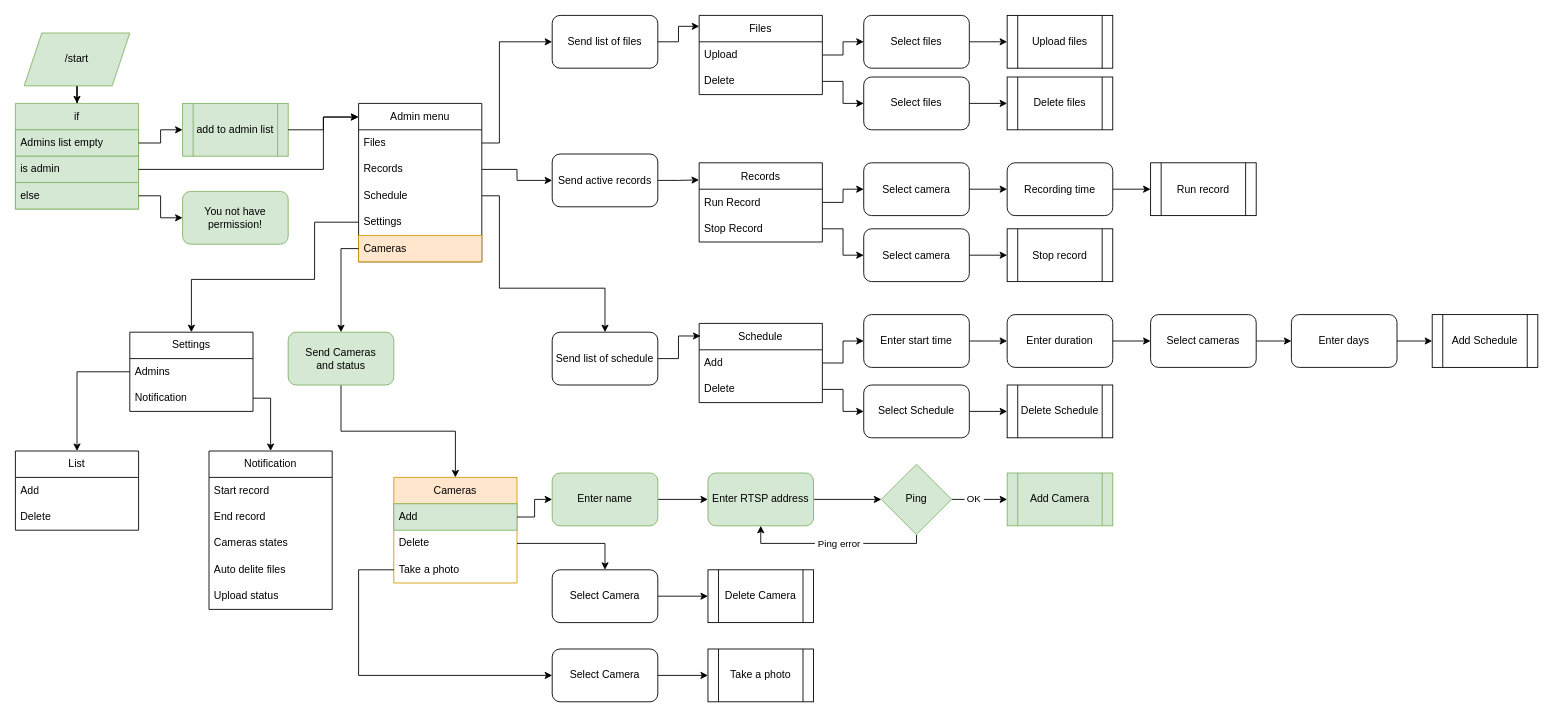
Earlier version of the draw.io diagram doc/bot.drawio (Zzior/camera-recorder-service). Source tidied: cells renumbered, new cells numbered last; positions are measured from the earlier drawing's top-left corner, leaving out a move shared by most shapes. Both pictures are drawn from the tidied source at 88%, with x=0, y=0 at pixel (15, 15).
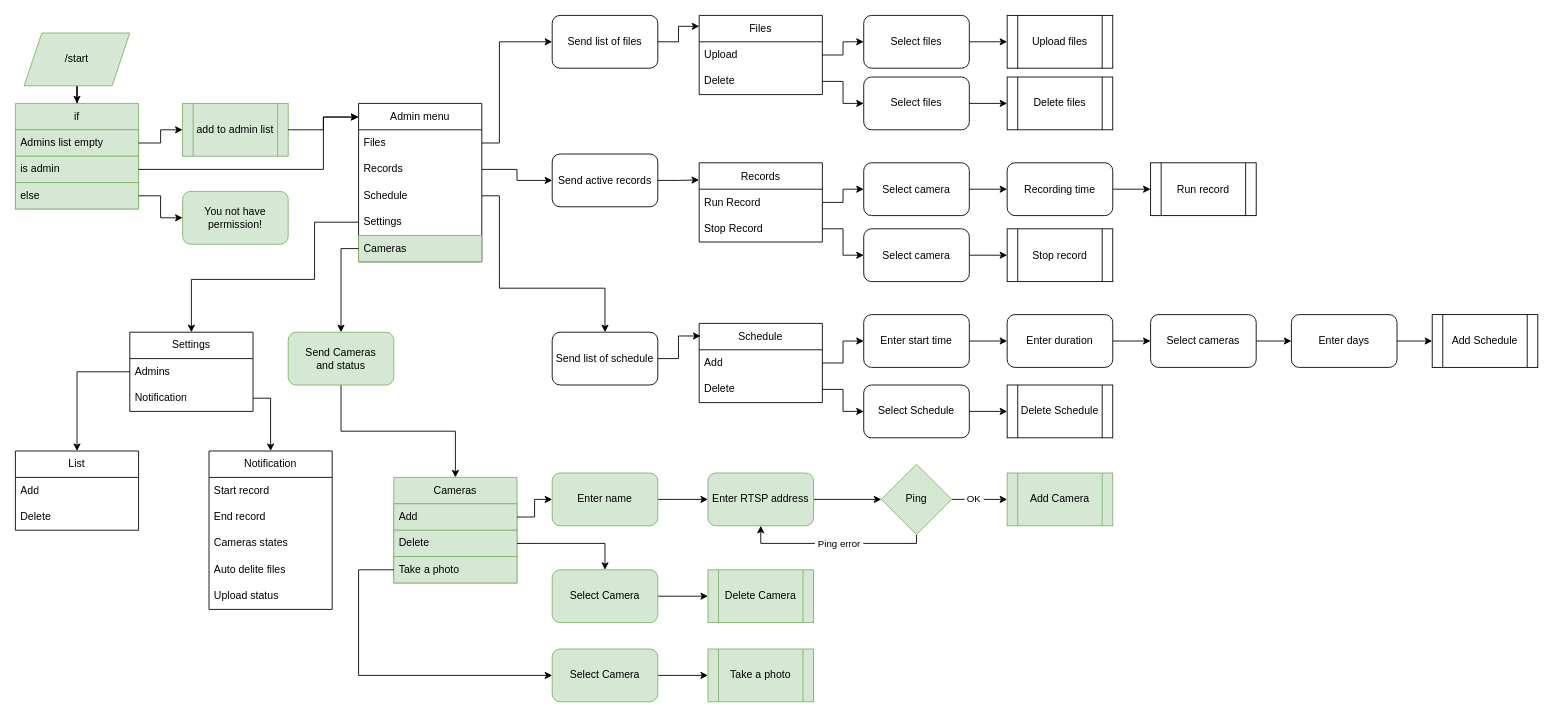
Above is the later version.

Commit message (it also covers changes not shown here):
camera-recorder-service v0.1.4 add: Cameras menu -> delete cameras, get photo

The change refers to these unchanged cells:
```xml
<mxCell id="8" value="Admin menu" style="swimlane;fontStyle=0;horizontal=1;startSize=30;whiteSpace=wrap;html=1;" parent="1" vertex="1">
  <mxGeometry x="390" y="100" width="140" height="180" as="geometry" />
</mxCell>
```

The edit, as a diff of the source:
```diff
@@
-    <mxCell id="13" value="Cameras" style="text;strokeColor=#d79b00;fillColor=#ffe6cc;align=left;verticalAlign=middle;spacingLeft=4;spacingRight=4;overflow=hidden;points=[[0,0.5],[1,0.5]];portConstraint=eastwest;whiteSpace=wrap;html=1;" parent="8" vertex="1">
+    <mxCell id="13" value="Cameras" style="text;strokeColor=#82b366;fillColor=#d5e8d4;align=left;verticalAlign=middle;spacingLeft=4;spacingRight=4;overflow=hidden;points=[[0,0.5],[1,0.5]];portConstraint=eastwest;whiteSpace=wrap;html=1;" parent="8" vertex="1">
       <mxGeometry y="150" width="140" height="30" as="geometry" />
     </mxCell>
@@
-    <mxCell id="62" value="&lt;span style=&quot;text-align: left;&quot;&gt;Cameras&lt;/span&gt;" style="swimlane;fontStyle=0;horizontal=1;startSize=30;whiteSpace=wrap;html=1;fillColor=#ffe6cc;strokeColor=#d79b00;" parent="1" vertex="1">
+    <mxCell id="62" value="&lt;span style=&quot;text-align: left;&quot;&gt;Cameras&lt;/span&gt;" style="swimlane;fontStyle=0;horizontal=1;startSize=30;whiteSpace=wrap;html=1;fillColor=#d5e8d4;strokeColor=#82b366;" parent="1" vertex="1">
       <mxGeometry x="430" y="525" width="140" height="120" as="geometry" />
     </mxCell>
@@
-    <mxCell id="64" value="Delete" style="text;strokeColor=none;fillColor=none;align=left;verticalAlign=middle;spacingLeft=4;spacingRight=4;overflow=hidden;points=[[0,0.5],[1,0.5]];portConstraint=eastwest;whiteSpace=wrap;html=1;" parent="62" vertex="1">
+    <mxCell id="64" value="Delete" style="text;strokeColor=#82b366;fillColor=#d5e8d4;align=left;verticalAlign=middle;spacingLeft=4;spacingRight=4;overflow=hidden;points=[[0,0.5],[1,0.5]];portConstraint=eastwest;whiteSpace=wrap;html=1;" parent="62" vertex="1">
       <mxGeometry y="60" width="140" height="30" as="geometry" />
     </mxCell>
-    <mxCell id="65" value="Take a photo" style="text;strokeColor=none;fillColor=none;align=left;verticalAlign=middle;spacingLeft=4;spacingRight=4;overflow=hidden;points=[[0,0.5],[1,0.5]];portConstraint=eastwest;whiteSpace=wrap;html=1;" parent="62" vertex="1">
+    <mxCell id="65" value="Take a photo" style="text;strokeColor=#82b366;fillColor=#d5e8d4;align=left;verticalAlign=middle;spacingLeft=4;spacingRight=4;overflow=hidden;points=[[0,0.5],[1,0.5]];portConstraint=eastwest;whiteSpace=wrap;html=1;" parent="62" vertex="1">
       <mxGeometry y="90" width="140" height="30" as="geometry" />
     </mxCell>
@@
-    <mxCell id="78" value="Select Camera" style="rounded=1;whiteSpace=wrap;html=1;" parent="1" vertex="1">
+    <mxCell id="78" value="Select Camera" style="rounded=1;whiteSpace=wrap;html=1;fillColor=#d5e8d4;strokeColor=#82b366;" parent="1" vertex="1">
       <mxGeometry x="610" y="630" width="120" height="60" as="geometry" />
     </mxCell>
@@
-    <mxCell id="80" value="Delete Camera" style="shape=process;whiteSpace=wrap;html=1;backgroundOutline=1;" parent="1" vertex="1">
+    <mxCell id="80" value="Delete Camera" style="shape=process;whiteSpace=wrap;html=1;backgroundOutline=1;fillColor=#d5e8d4;strokeColor=#82b366;" parent="1" vertex="1">
       <mxGeometry x="787" y="630" width="120" height="60" as="geometry" />
     </mxCell>
@@
-    <mxCell id="82" value="Select Camera" style="rounded=1;whiteSpace=wrap;html=1;" parent="1" vertex="1">
+    <mxCell id="82" value="Select Camera" style="rounded=1;whiteSpace=wrap;html=1;fillColor=#d5e8d4;strokeColor=#82b366;" parent="1" vertex="1">
       <mxGeometry x="610" y="720" width="120" height="60" as="geometry" />
     </mxCell>
-    <mxCell id="83" value="Take a photo" style="shape=process;whiteSpace=wrap;html=1;backgroundOutline=1;" parent="1" vertex="1">
+    <mxCell id="83" value="Take a photo" style="shape=process;whiteSpace=wrap;html=1;backgroundOutline=1;fillColor=#d5e8d4;strokeColor=#82b366;" parent="1" vertex="1">
       <mxGeometry x="787" y="720" width="120" height="60" as="geometry" />
     </mxCell>
```
